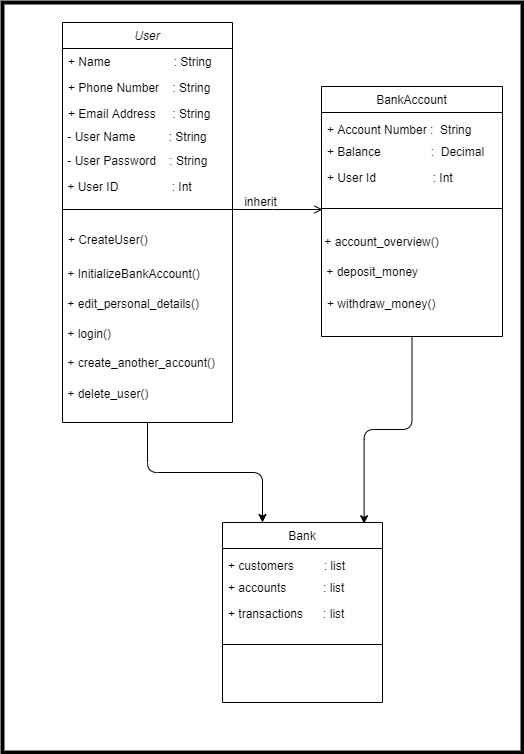
Above: assests/Class_Diagram.png in abuz33/Banking_System_Python_With_GUI (draw.io), before the change. Source tidied: cells renumbered, new cells last; positions are measured from the earlier drawing's top-left corner, leaving out a move shared by most shapes.
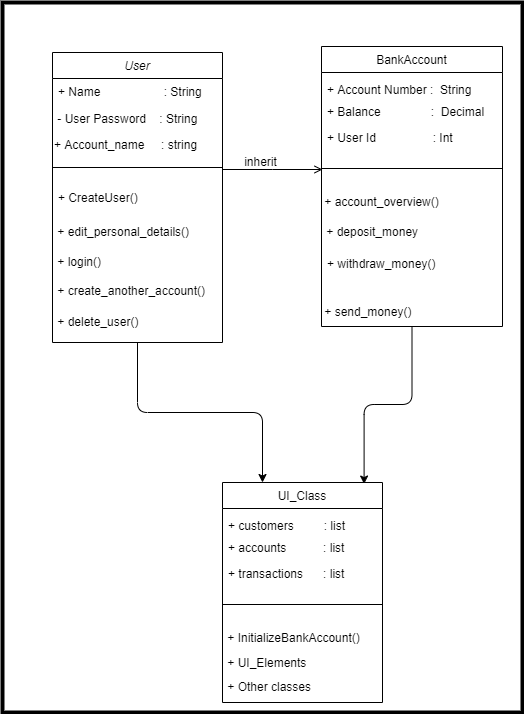
After the commit.

Commit message:
Change class digram

What changed in the source:
```diff
@@ -3,58 +3,46 @@
     <mxCell id="0" />
     <mxCell id="1" parent="0" />
     <mxCell id="2" style="rounded=0;whiteSpace=wrap;html=1;sketch=0;strokeWidth=4;" parent="1" vertex="1">
-      <mxGeometry width="520" height="750" as="geometry" />
+      <mxGeometry y="40" width="520" height="710" as="geometry" />
     </mxCell>
     <mxCell id="3" style="edgeStyle=orthogonalEdgeStyle;curved=0;rounded=1;sketch=0;jettySize=auto;html=1;entryX=0.25;entryY=0;entryDx=0;entryDy=0;" parent="1" edge="1" source="4" target="29">
       <mxGeometry relative="1" as="geometry" />
     </mxCell>
     <mxCell id="4" value="User" style="swimlane;fontStyle=2;align=center;verticalAlign=top;horizontal=1;startSize=26;rounded=0;shadow=0;strokeWidth=1;" parent="1" vertex="1">
-      <mxGeometry x="60" y="20" width="170" height="400" as="geometry" />
+      <mxGeometry x="50" y="90" width="170" height="290" as="geometry" />
     </mxCell>
     <mxCell id="5" value="+ Name                   : String" style="text;align=left;verticalAlign=top;spacingLeft=4;spacingRight=4;overflow=hidden;" parent="4" vertex="1">
       <mxGeometry y="26" width="170" height="26" as="geometry" />
     </mxCell>
-    <mxCell id="6" value="+ Phone Number    : String" style="text;align=left;verticalAlign=top;spacingLeft=4;spacingRight=4;overflow=hidden;rounded=0;shadow=0;html=0;" parent="4" vertex="1">
-      <mxGeometry y="52" width="170" height="26" as="geometry" />
-    </mxCell>
-    <mxCell id="7" value="+ Email Address     : String" style="text;align=left;verticalAlign=top;spacingLeft=4;spacingRight=4;overflow=hidden;rounded=0;shadow=0;html=0;" parent="4" vertex="1">
-      <mxGeometry y="78" width="170" height="26" as="geometry" />
-    </mxCell>
-    <mxCell id="8" value="&amp;nbsp;- User Name&amp;nbsp; &amp;nbsp; &amp;nbsp; &amp;nbsp; &amp;nbsp; : String" style="text;html=1;align=left;verticalAlign=middle;" parent="4" vertex="1">
-      <mxGeometry y="104" width="170" height="20" as="geometry" />
-    </mxCell>
     <mxCell id="9" value="&amp;nbsp;- User Password&amp;nbsp; &amp;nbsp; : String" style="text;html=1;align=left;verticalAlign=middle;spacingTop=2;spacingBottom=4;" parent="4" vertex="1">
-      <mxGeometry y="124" width="170" height="30" as="geometry" />
+      <mxGeometry y="52" width="170" height="30" as="geometry" />
     </mxCell>
-    <mxCell id="10" value="&amp;nbsp;+ User ID&amp;nbsp; &amp;nbsp; &amp;nbsp; &amp;nbsp; &amp;nbsp; &amp;nbsp; &amp;nbsp; &amp;nbsp; : Int" style="text;html=1;align=left;verticalAlign=middle;" parent="4" vertex="1">
-      <mxGeometry y="154" width="170" height="20" as="geometry" />
+    <mxCell id="10" value="+ Account_name&amp;nbsp; &amp;nbsp; &amp;nbsp;: string" style="text;html=1;align=left;verticalAlign=middle;" parent="4" vertex="1">
+      <mxGeometry y="82" width="170" height="20" as="geometry" />
     </mxCell>
     <mxCell id="11" style="line;html=1;strokeWidth=1;align=left;verticalAlign=middle;spacingTop=-1;spacingLeft=3;spacingRight=3;labelPosition=right;" parent="4" vertex="1">
-      <mxGeometry y="174" width="170" height="26" as="geometry" />
+      <mxGeometry y="102" width="170" height="26" as="geometry" />
     </mxCell>
     <mxCell id="12" value="+ CreateUser()" style="text;align=left;verticalAlign=top;spacingLeft=4;spacingRight=4;overflow=hidden;spacingTop=4;spacingBottom=6;" parent="4" vertex="1">
-      <mxGeometry y="200" width="170" height="36" as="geometry" />
+      <mxGeometry y="128" width="170" height="36" as="geometry" />
     </mxCell>
-    <mxCell id="13" value="&amp;nbsp;+ InitializeBankAccount()" style="text;html=1;align=left;verticalAlign=middle;spacingTop=5;spacingBottom=5;" parent="4" vertex="1">
-      <mxGeometry y="236" width="170" height="30" as="geometry" />
-    </mxCell>
     <mxCell id="14" value="&amp;nbsp;+ edit_personal_details()" style="text;html=1;align=left;verticalAlign=middle;spacingTop=4;spacingBottom=5;" parent="4" vertex="1">
-      <mxGeometry y="266" width="170" height="30" as="geometry" />
+      <mxGeometry y="164" width="170" height="30" as="geometry" />
     </mxCell>
     <mxCell id="15" value="&amp;nbsp;+ login()" style="text;html=1;align=left;verticalAlign=middle;spacingTop=4;spacingBottom=4;" parent="4" vertex="1">
-      <mxGeometry y="296" width="170" height="30" as="geometry" />
+      <mxGeometry y="194" width="170" height="30" as="geometry" />
     </mxCell>
     <mxCell id="16" value="&amp;nbsp;+ create_another_account()" style="text;html=1;align=left;verticalAlign=middle;spacingTop=5;spacingBottom=7;" parent="4" vertex="1">
-      <mxGeometry y="326" width="170" height="30" as="geometry" />
+      <mxGeometry y="224" width="170" height="30" as="geometry" />
     </mxCell>
     <mxCell id="17" value="&amp;nbsp;+ delete_user()" style="text;html=1;align=left;verticalAlign=middle;spacingTop=4;spacingBottom=4;" parent="4" vertex="1">
-      <mxGeometry y="356" width="170" height="30" as="geometry" />
+      <mxGeometry y="254" width="170" height="30" as="geometry" />
     </mxCell>
     <mxCell id="18" style="edgeStyle=orthogonalEdgeStyle;curved=0;rounded=1;sketch=0;jettySize=auto;html=1;entryX=0.885;entryY=0.007;entryDx=0;entryDy=0;entryPerimeter=0;" parent="1" edge="1" source="19" target="29">
       <mxGeometry relative="1" as="geometry" />
     </mxCell>
     <mxCell id="19" value="BankAccount" style="swimlane;fontStyle=0;align=center;verticalAlign=top;horizontal=1;startSize=26;rounded=0;shadow=0;strokeWidth=1;" parent="1" vertex="1">
-      <mxGeometry x="319" y="84" width="181" height="250" as="geometry" />
+      <mxGeometry x="319" y="84" width="181" height="280" as="geometry" />
     </mxCell>
     <mxCell id="20" value="+ Account Number :  String" style="text;align=left;verticalAlign=top;spacingLeft=4;spacingRight=4;overflow=hidden;spacingTop=4;spacingBottom=4;" parent="19" vertex="1">
       <mxGeometry y="26" width="181" height="26" as="geometry" />
@@ -77,6 +65,9 @@
     <mxCell id="26" value="+ withdraw_money()" style="text;align=left;verticalAlign=top;spacingLeft=4;spacingRight=4;overflow=hidden;spacingTop=4;spacingBottom=4;" parent="19" vertex="1">
       <mxGeometry y="200" width="181" height="50" as="geometry" />
     </mxCell>
+    <mxCell id="34" value="&amp;nbsp;+ send_money()" style="text;html=1;align=left;verticalAlign=middle;spacingTop=5;spacingBottom=5;spacing=0;" parent="19" vertex="1">
+      <mxGeometry y="250" width="181" height="30" as="geometry" />
+    </mxCell>
     <mxCell id="27" style="endArrow=open;shadow=0;strokeWidth=1;rounded=0;endFill=1;edgeStyle=elbowEdgeStyle;elbow=vertical;" parent="1" edge="1">
       <mxGeometry x="0.5" y="41" relative="1" as="geometry">
         <mxPoint x="220" y="207" as="sourcePoint" />
@@ -89,8 +80,8 @@
         <mxPoint x="-38" y="40" as="offset" />
       </mxGeometry>
     </mxCell>
-    <mxCell id="29" value="Bank" style="swimlane;fontStyle=0;align=center;verticalAlign=top;horizontal=1;startSize=26;rounded=0;shadow=0;strokeWidth=1;" parent="1" vertex="1">
-      <mxGeometry x="220" y="520" width="160" height="180" as="geometry" />
+    <mxCell id="29" value="UI_Class" style="swimlane;fontStyle=0;align=center;verticalAlign=top;horizontal=1;startSize=26;rounded=0;shadow=0;strokeWidth=1;" parent="1" vertex="1">
+      <mxGeometry x="220" y="520" width="160" height="220" as="geometry" />
     </mxCell>
     <mxCell id="30" value="+ customers         : list" style="text;align=left;verticalAlign=top;spacingLeft=4;spacingRight=4;overflow=hidden;spacingTop=4;spacingBottom=4;" parent="29" vertex="1">
       <mxGeometry y="26" width="160" height="26" as="geometry" />
@@ -104,5 +95,14 @@
     <mxCell id="33" style="line;html=1;strokeWidth=1;align=left;verticalAlign=middle;spacingTop=-1;spacingLeft=3;spacingRight=3;labelPosition=right;" parent="29" vertex="1">
       <mxGeometry y="104" width="160" height="36" as="geometry" />
     </mxCell>
+    <mxCell id="13" value="&amp;nbsp;+ InitializeBankAccount()" style="text;html=1;align=left;verticalAlign=middle;spacingTop=5;spacingBottom=5;" parent="29" vertex="1">
+      <mxGeometry y="140" width="160" height="30" as="geometry" />
+    </mxCell>
+    <mxCell id="35" value="&amp;nbsp;+ UI_Elements" style="text;html=1;strokeColor=none;fillColor=none;align=left;verticalAlign=middle;whiteSpace=wrap;rounded=0;" parent="29" vertex="1">
+      <mxGeometry y="170" width="160" height="20" as="geometry" />
+    </mxCell>
+    <mxCell id="36" value="&amp;nbsp;+ Other classes" style="text;html=1;strokeColor=none;fillColor=none;align=left;verticalAlign=middle;whiteSpace=wrap;rounded=0;spacingTop=4;spacingBottom=7;" parent="29" vertex="1">
+      <mxGeometry y="190" width="160" height="30" as="geometry" />
+    </mxCell>
   </root>
 </mxGraphModel>
```
